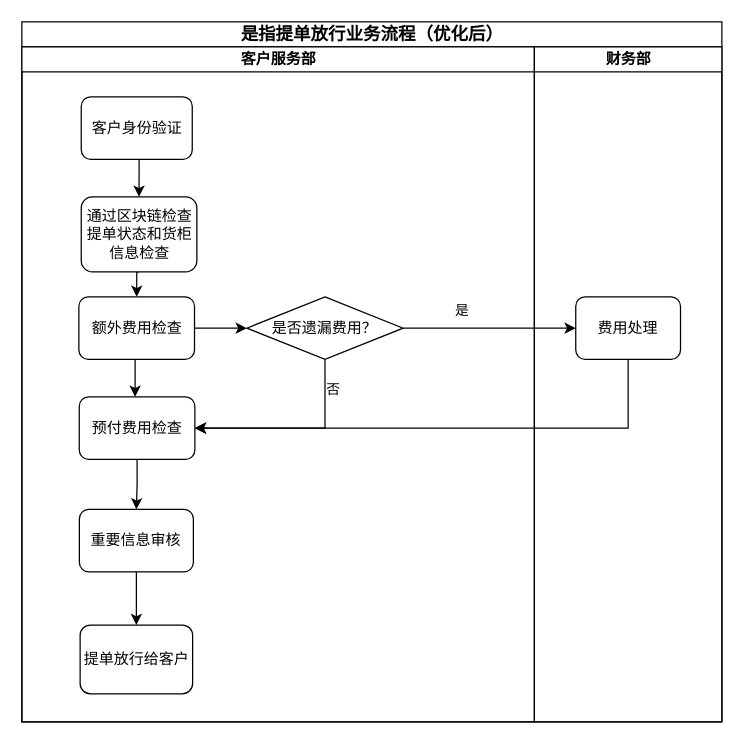
Before: 指示提单放行优化后.drawio in huangdamon/taobao_catch, a draw.io diagram. Source tidied: cells renumbered, new cells numbered last; positions are measured from the earlier drawing's top-left corner, leaving out a move shared by most shapes. Both pictures are drawn from the tidied source at 125%, with x=0, y=0 at pixel (21, 21).
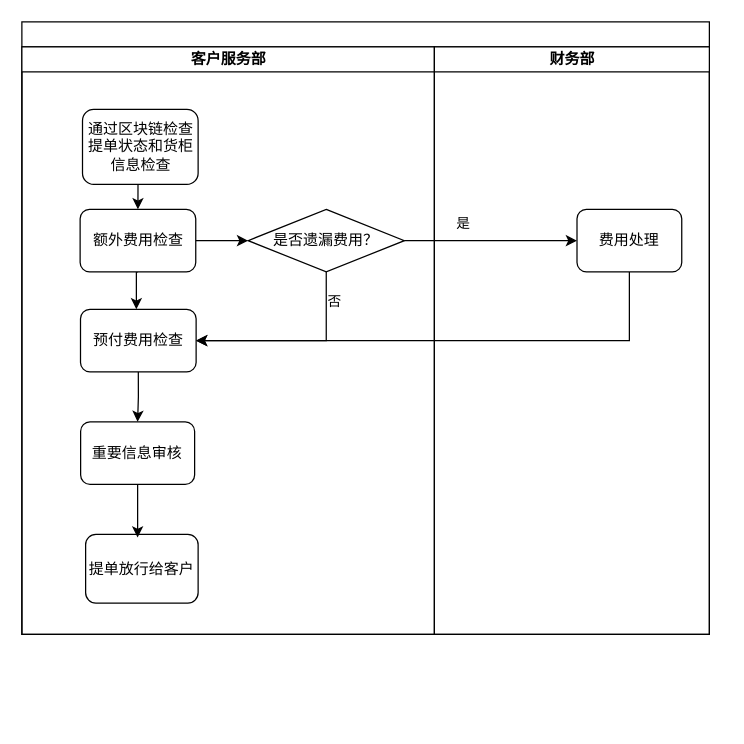
Above is the later version.

Commit message:
Update 指示提单放行优化后.drawio

Change to the diagram source:
```diff
@@
-    <mxCell id="2" value="&lt;font style=&quot;font-size: 14px;&quot;&gt;是指提单放行业务流程（优化后）&lt;/font&gt;" style="swimlane;html=1;startSize=20;rounded=0;shadow=0;labelBackgroundColor=none;strokeWidth=1;fontFamily=Verdana;fontSize=8;align=center;" parent="1" vertex="1">
-      <mxGeometry width="560" height="560" as="geometry" />
+    <mxCell id="2" style="swimlane;html=1;startSize=20;rounded=0;shadow=0;labelBackgroundColor=none;strokeWidth=1;fontFamily=Verdana;fontSize=8;align=center;" parent="1" vertex="1">
+      <mxGeometry width="550" height="490" as="geometry" />
     </mxCell>
     <mxCell id="3" value="客户服务部" style="swimlane;html=1;startSize=20;" parent="2" vertex="1">
-      <mxGeometry y="20" width="410" height="540" as="geometry" />
+      <mxGeometry y="20" width="330" height="470" as="geometry" />
     </mxCell>
+    <mxCell id="9" value="&lt;font style=&quot;font-size: 12px;&quot;&gt;提单放行给客户&lt;/font&gt;" style="rounded=1;whiteSpace=wrap;html=1;shadow=0;labelBackgroundColor=none;strokeWidth=1;fontFamily=Verdana;fontSize=8;align=center;" parent="3" vertex="1">
+      <mxGeometry x="51" y="390" width="90" height="55" as="geometry" />
+    </mxCell>
     <mxCell id="4" style="edgeStyle=orthogonalEdgeStyle;rounded=0;jettySize=auto;html=1;exitX=0.5;exitY=1;exitDx=0;exitDy=0;entryX=0.5;entryY=0;entryDx=0;entryDy=0;" parent="3" edge="1" source="6">
       <mxGeometry relative="1" as="geometry">
-        <mxPoint x="90.6" y="280" as="targetPoint" />
+        <mxPoint x="91.6" y="210" as="targetPoint" />
       </mxGeometry>
     </mxCell>
@@
     <mxCell id="6" value="&lt;font style=&quot;font-size: 12px;&quot;&gt;额外费用检查&lt;/font&gt;" style="rounded=1;whiteSpace=wrap;html=1;shadow=0;labelBackgroundColor=none;strokeWidth=1;fontFamily=Verdana;fontSize=8;align=center;" parent="3" vertex="1">
-      <mxGeometry x="45.6" y="200" width="92.5" height="50" as="geometry" />
+      <mxGeometry x="46.6" y="130" width="92.5" height="50" as="geometry" />
     </mxCell>
-    <mxCell id="7" style="edgeStyle=orthogonalEdgeStyle;rounded=0;jettySize=auto;html=1;exitX=0.5;exitY=1;exitDx=0;exitDy=0;entryX=0.5;entryY=0;entryDx=0;entryDy=0;" parent="3" edge="1" source="8" target="9">
-      <mxGeometry relative="1" as="geometry" />
+    <mxCell id="7" style="edgeStyle=orthogonalEdgeStyle;rounded=0;jettySize=auto;html=1;exitX=0.5;exitY=1;exitDx=0;exitDy=0;entryX=0.5;entryY=0;entryDx=0;entryDy=0;" parent="3" edge="1" source="8">
+      <mxGeometry relative="1" as="geometry">
+        <mxPoint x="92.6" y="392.5" as="targetPoint" />
+      </mxGeometry>
     </mxCell>
     <mxCell id="8" value="&lt;font style=&quot;font-size: 12px;&quot;&gt;重要信息审核&lt;/font&gt;" style="rounded=1;whiteSpace=wrap;html=1;shadow=0;labelBackgroundColor=none;strokeWidth=1;fontFamily=Verdana;fontSize=8;align=center;" parent="3" vertex="1">
-      <mxGeometry x="46" y="370" width="91.2" height="50" as="geometry" />
+      <mxGeometry x="47" y="300" width="91.2" height="50" as="geometry" />
     </mxCell>
-    <mxCell id="9" value="&lt;font style=&quot;font-size: 12px;&quot;&gt;提单放行给客户&lt;/font&gt;" style="rounded=1;whiteSpace=wrap;html=1;shadow=0;labelBackgroundColor=none;strokeWidth=1;fontFamily=Verdana;fontSize=8;align=center;" parent="3" vertex="1">
-      <mxGeometry x="46.6" y="462.5" width="90" height="55" as="geometry" />
-    </mxCell>
@@
     <mxCell id="11" value="&lt;font style=&quot;font-size: 12px;&quot;&gt;通过区块链检查提单状态和货柜信息检查&lt;/font&gt;" style="rounded=1;whiteSpace=wrap;html=1;shadow=0;labelBackgroundColor=none;strokeWidth=1;fontFamily=Verdana;fontSize=8;align=center;" parent="3" vertex="1">
-      <mxGeometry x="47.5" y="120" width="92.5" height="60" as="geometry" />
+      <mxGeometry x="48.5" y="50" width="92.5" height="60" as="geometry" />
     </mxCell>
-    <mxCell id="12" style="edgeStyle=orthogonalEdgeStyle;rounded=0;jettySize=auto;html=1;exitX=0.5;exitY=1;exitDx=0;exitDy=0;entryX=0.5;entryY=0;entryDx=0;entryDy=0;" parent="3" edge="1" source="13" target="11">
-      <mxGeometry relative="1" as="geometry" />
-    </mxCell>
-    <mxCell id="13" value="&lt;font style=&quot;font-size: 12px;&quot;&gt;客户身份验证&lt;/font&gt;" style="rounded=1;whiteSpace=wrap;html=1;shadow=0;labelBackgroundColor=none;strokeWidth=1;fontFamily=Verdana;fontSize=8;align=center;" parent="3" vertex="1">
-      <mxGeometry x="47.5" y="40" width="88.8" height="50" as="geometry" />
-    </mxCell>
@@
     <mxCell id="15" value="&lt;font style=&quot;font-size: 12px;&quot;&gt;预付费用检查&lt;/font&gt;" style="rounded=1;whiteSpace=wrap;html=1;shadow=0;labelBackgroundColor=none;strokeWidth=1;fontFamily=Verdana;fontSize=8;align=center;" parent="3" vertex="1">
-      <mxGeometry x="45.9" y="280" width="92.5" height="50" as="geometry" />
+      <mxGeometry x="46.9" y="210" width="92.5" height="50" as="geometry" />
     </mxCell>
@@
     <mxCell id="18" value="是否遗漏费用？" style="rhombus;whiteSpace=wrap;html=1;" parent="3" vertex="1">
-      <mxGeometry x="180" y="200" width="125" height="50" as="geometry" />
+      <mxGeometry x="181" y="130" width="125" height="50" as="geometry" />
     </mxCell>
-    <mxCell id="19" value="财务部" style="swimlane;html=1;startSize=20;" parent="2" vertex="1">
-      <mxGeometry x="410" y="20" width="150" height="540" as="geometry" />
-    </mxCell>
-    <mxCell id="20" value="&lt;font style=&quot;font-size: 12px;&quot;&gt;费用处理&lt;/font&gt;" style="rounded=1;whiteSpace=wrap;html=1;shadow=0;labelBackgroundColor=none;strokeWidth=1;fontFamily=Verdana;fontSize=8;align=center;" parent="19" vertex="1">
-      <mxGeometry x="33.1" y="200" width="83.8" height="50" as="geometry" />
+    <mxCell id="20" value="&lt;font style=&quot;font-size: 12px;&quot;&gt;费用处理&lt;/font&gt;" style="rounded=1;whiteSpace=wrap;html=1;shadow=0;labelBackgroundColor=none;strokeWidth=1;fontFamily=Verdana;fontSize=8;align=center;" parent="3" vertex="1">
+      <mxGeometry x="444.1" y="130" width="83.8" height="50" as="geometry" />
     </mxCell>
-    <mxCell id="21" style="edgeStyle=orthogonalEdgeStyle;rounded=0;jettySize=auto;html=1;exitX=1;exitY=0.5;exitDx=0;exitDy=0;entryX=0;entryY=0.5;entryDx=0;entryDy=0;" parent="2" edge="1" source="18" target="20">
+    <mxCell id="21" style="edgeStyle=orthogonalEdgeStyle;rounded=0;jettySize=auto;html=1;exitX=1;exitY=0.5;exitDx=0;exitDy=0;entryX=0;entryY=0.5;entryDx=0;entryDy=0;" parent="3" edge="1" source="18" target="20">
       <mxGeometry relative="1" as="geometry" />
     </mxCell>
@@
-    <mxCell id="23" style="edgeStyle=orthogonalEdgeStyle;rounded=0;jettySize=auto;html=1;exitX=0.5;exitY=1;exitDx=0;exitDy=0;entryX=1;entryY=0.5;entryDx=0;entryDy=0;" parent="2" edge="1" source="20" target="15">
+    <mxCell id="23" style="edgeStyle=orthogonalEdgeStyle;rounded=0;jettySize=auto;html=1;exitX=0.5;exitY=1;exitDx=0;exitDy=0;entryX=1;entryY=0.5;entryDx=0;entryDy=0;" parent="3" edge="1" source="20" target="15">
       <mxGeometry relative="1" as="geometry" />
     </mxCell>
+    <mxCell id="19" value="财务部" style="swimlane;html=1;startSize=20;" parent="2" vertex="1">
+      <mxGeometry x="330" y="20" width="220" height="470" as="geometry" />
+    </mxCell>
```
